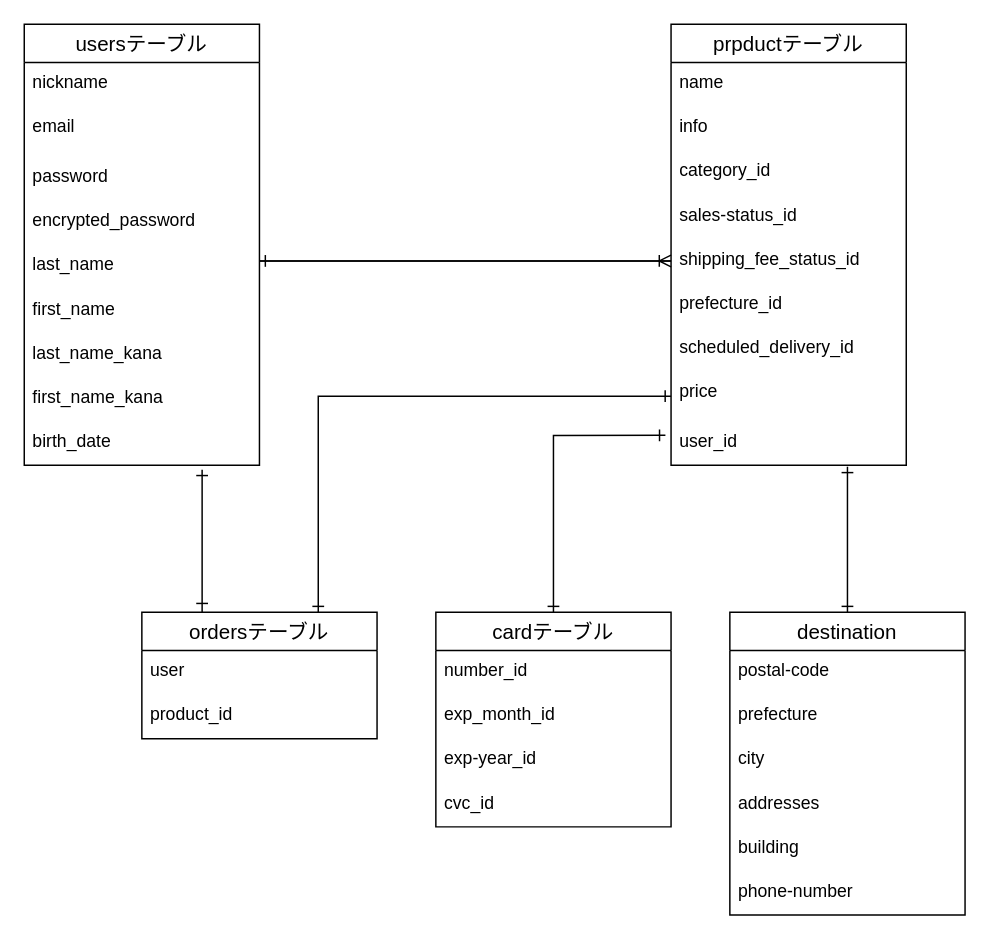
This is furima.dio from kosuke-morikawa/furima-35085, a draw.io file, before an edit. Source tidied: cells renumbered, new cells numbered last; positions are measured from the earlier drawing's top-left corner, leaving out a move shared by most shapes. Both pictures are drawn from the tidied source at 147%, with x=0, y=0 at pixel (24, 24).
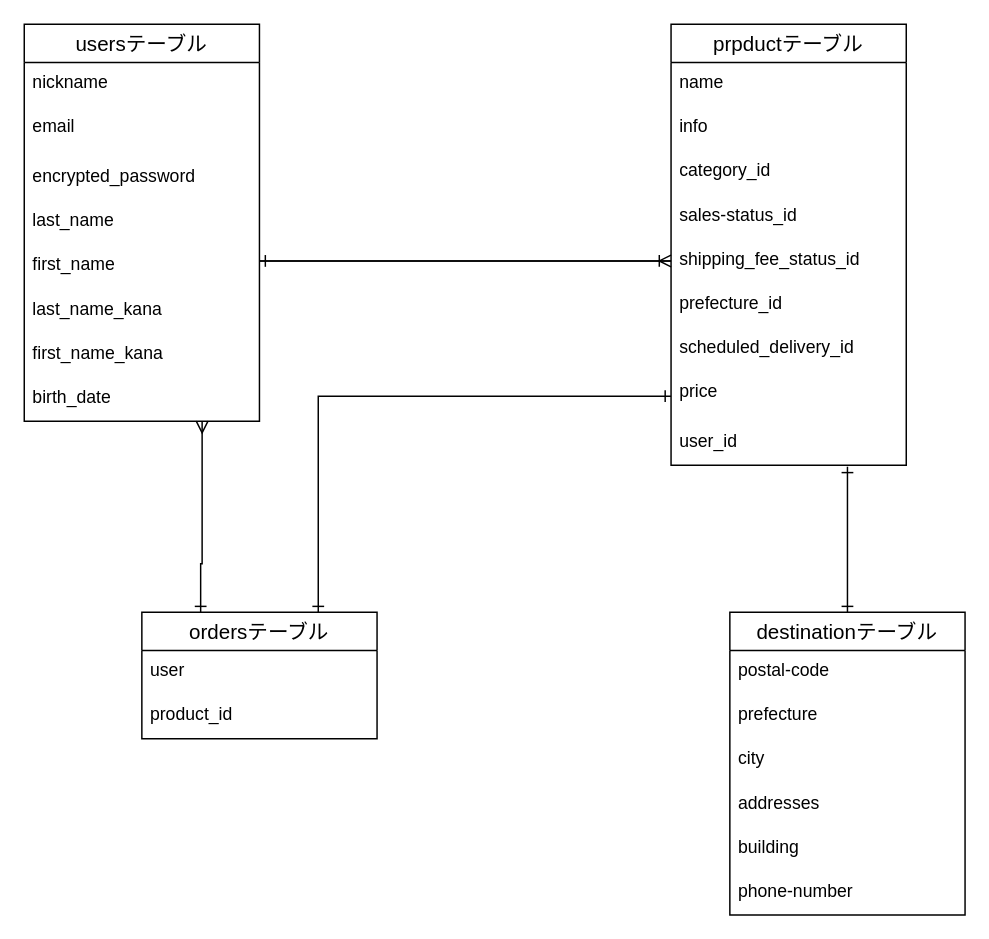
The same diagram, later.

The change refers to these unchanged cells:
```xml
<mxCell id="11" value="user_id" style="text;strokeColor=none;fillColor=none;spacingLeft=4;spacingRight=4;overflow=hidden;points=[[0,0.5],[1,0.5]];portConstraint=eastwest;fontSize=12;" parent="2" vertex="1">
  <mxGeometry y="270" width="160" height="30" as="geometry" />
</mxCell>
<mxCell id="25" value="ordersテーブル" style="swimlane;fontStyle=0;horizontal=1;startSize=26;align=center;fontSize=14;" parent="1" vertex="1">
  <mxGeometry x="80" y="400" width="160" height="86" as="geometry" />
</mxCell>
```

Change to the diagram source:
```diff
@@
     <mxCell id="12" value="usersテーブル" style="swimlane;fontStyle=0;horizontal=1;startSize=26;align=center;fontSize=14;" parent="1" vertex="1">
-      <mxGeometry width="160" height="300" as="geometry" />
+      <mxGeometry width="160" height="270" as="geometry" />
     </mxCell>
@@
-    <mxCell id="15" value="password&#10;" style="text;strokeColor=none;fillColor=none;spacingLeft=4;spacingRight=4;overflow=hidden;fontSize=12;" parent="12" vertex="1">
-      <mxGeometry y="90" width="160" height="30" as="geometry" />
-    </mxCell>
@@
     <mxCell id="17" value="encrypted_password&#10;&#10;" style="text;strokeColor=none;fillColor=none;spacingLeft=4;spacingRight=4;overflow=hidden;fontSize=12;" parent="12" vertex="1">
-      <mxGeometry y="120" width="160" height="30" as="geometry" />
+      <mxGeometry y="90" width="160" height="30" as="geometry" />
     </mxCell>
     <mxCell id="18" value="last_name" style="text;strokeColor=none;fillColor=none;spacingLeft=4;spacingRight=4;overflow=hidden;fontSize=12;" parent="12" vertex="1">
-      <mxGeometry y="150" width="160" height="30" as="geometry" />
+      <mxGeometry y="120" width="160" height="30" as="geometry" />
     </mxCell>
     <mxCell id="19" value="first_name" style="text;strokeColor=none;fillColor=none;spacingLeft=4;spacingRight=4;overflow=hidden;fontSize=12;" parent="12" vertex="1">
-      <mxGeometry y="180" width="160" height="30" as="geometry" />
+      <mxGeometry y="150" width="160" height="30" as="geometry" />
     </mxCell>
     <mxCell id="20" value="last_name_kana" style="text;strokeColor=none;fillColor=none;spacingLeft=4;spacingRight=4;overflow=hidden;fontSize=12;" parent="12" vertex="1">
-      <mxGeometry y="210" width="160" height="30" as="geometry" />
+      <mxGeometry y="180" width="160" height="30" as="geometry" />
     </mxCell>
     <mxCell id="21" value="first_name_kana" style="text;strokeColor=none;fillColor=none;spacingLeft=4;spacingRight=4;overflow=hidden;fontSize=12;" parent="12" vertex="1">
-      <mxGeometry y="240" width="160" height="30" as="geometry" />
+      <mxGeometry y="210" width="160" height="30" as="geometry" />
     </mxCell>
     <mxCell id="22" value="birth_date" style="text;strokeColor=none;fillColor=none;spacingLeft=4;spacingRight=4;overflow=hidden;fontSize=12;" parent="12" vertex="1">
-      <mxGeometry y="270" width="160" height="30" as="geometry" />
+      <mxGeometry y="240" width="160" height="30" as="geometry" />
     </mxCell>
@@
-    <mxCell id="24" style="edgeStyle=orthogonalEdgeStyle;rounded=0;sketch=0;jumpSize=7;orthogonalLoop=1;jettySize=auto;html=1;startArrow=ERone;startFill=0;startSize=6;endArrow=ERone;endFill=0;strokeWidth=1;" parent="1" edge="1">
+    <mxCell id="24" style="edgeStyle=orthogonalEdgeStyle;rounded=0;sketch=0;jumpSize=7;jettySize=auto;html=1;startArrow=ERone;startFill=0;startSize=6;endArrow=ERmany;endFill=0;strokeWidth=1;exitX=0.25;exitY=0;exitDx=0;exitDy=0;" parent="1" edge="1" source="25">
       <mxGeometry relative="1" as="geometry">
-        <mxPoint x="121" y="390" as="sourcePoint" />
-        <mxPoint x="121" y="303" as="targetPoint" />
+        <mxPoint x="121" y="270" as="targetPoint" />
         <Array as="points">
-          <mxPoint x="121" y="400" />
+          <mxPoint x="120" y="367" />
+          <mxPoint x="121" y="367" />
         </Array>
       </mxGeometry>
     </mxCell>
@@
-    <mxCell id="29" value="destination" style="swimlane;fontStyle=0;horizontal=1;startSize=26;align=center;fontSize=14;" parent="1" vertex="1">
+    <mxCell id="29" value="destinationテーブル" style="swimlane;fontStyle=0;horizontal=1;startSize=26;align=center;fontSize=14;" parent="1" vertex="1">
       <mxGeometry x="480" y="400" width="160" height="206" as="geometry" />
     </mxCell>
@@
-    <mxCell id="36" style="edgeStyle=orthogonalEdgeStyle;rounded=0;sketch=0;jumpSize=7;jettySize=auto;html=1;startArrow=ERone;startFill=0;startSize=6;endArrow=ERone;endFill=0;strokeWidth=1;entryX=-0.024;entryY=0.322;entryDx=0;entryDy=0;entryPerimeter=0;" parent="1" edge="1" source="37" target="11">
-      <mxGeometry relative="1" as="geometry">
-        <Array as="points">
-          <mxPoint x="360" y="280" />
-        </Array>
-      </mxGeometry>
-    </mxCell>
-    <mxCell id="37" value="cardテーブル" style="swimlane;fontStyle=0;horizontal=1;startSize=26;align=center;fontSize=14;" parent="1" vertex="1">
-      <mxGeometry x="280" y="400" width="160" height="146" as="geometry" />
-    </mxCell>
-    <mxCell id="38" value="number_id" style="text;strokeColor=none;fillColor=none;spacingLeft=4;spacingRight=4;overflow=hidden;fontSize=12;" parent="37" vertex="1">
-      <mxGeometry y="26" width="160" height="30" as="geometry" />
-    </mxCell>
-    <mxCell id="39" value="exp_month_id" style="text;strokeColor=none;fillColor=none;spacingLeft=4;spacingRight=4;overflow=hidden;fontSize=12;" parent="37" vertex="1">
-      <mxGeometry y="56" width="160" height="30" as="geometry" />
-    </mxCell>
-    <mxCell id="40" value="exp-year_id" style="text;strokeColor=none;fillColor=none;spacingLeft=4;spacingRight=4;overflow=hidden;fontSize=12;" parent="37" vertex="1">
-      <mxGeometry y="86" width="160" height="30" as="geometry" />
-    </mxCell>
-    <mxCell id="41" value="cvc_id" style="text;strokeColor=none;fillColor=none;spacingLeft=4;spacingRight=4;overflow=hidden;fontSize=12;" parent="37" vertex="1">
-      <mxGeometry y="116" width="160" height="30" as="geometry" />
-    </mxCell>
```
